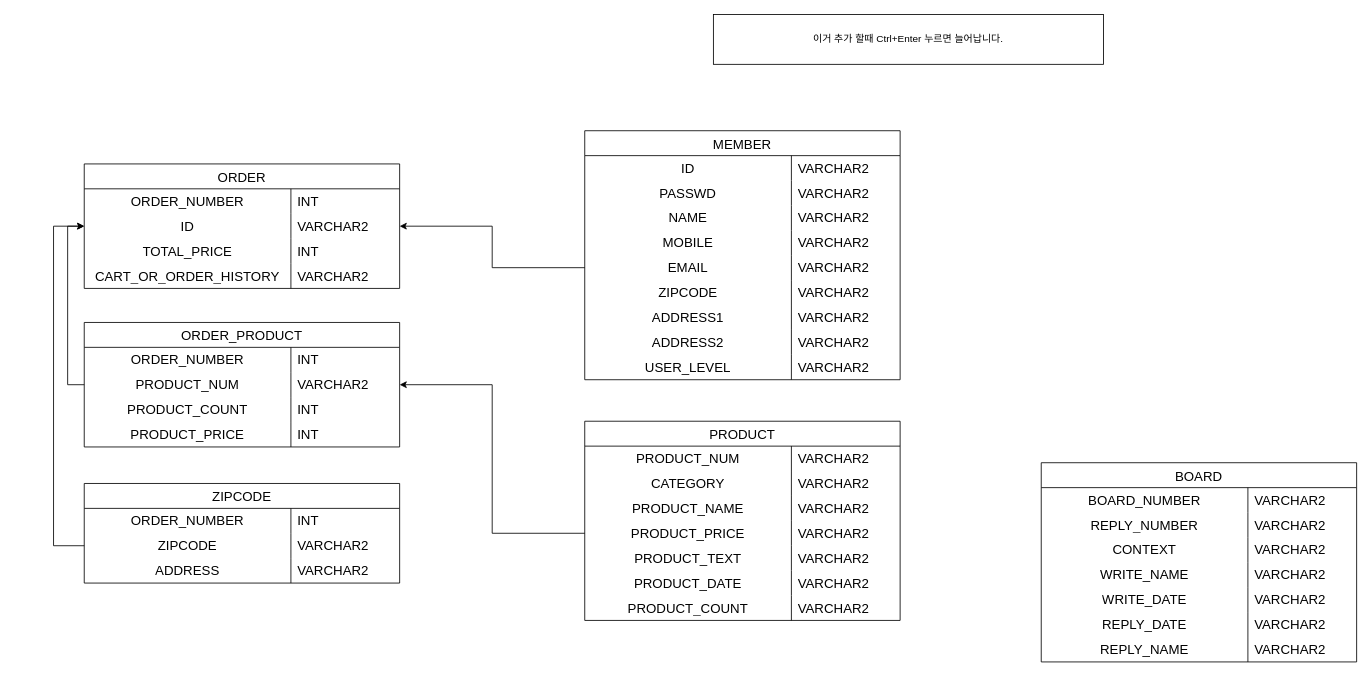
Earlier version of the draw.io diagram 제목 없는 다이어그램.drawio (Rookies13/Senanam). Source tidied: cells renumbered, new cells numbered last; positions are measured from the earlier drawing's top-left corner, leaving out a move shared by most shapes. Both pictures are drawn from the tidied source at 83%, with x=0, y=0 at pixel (53, 14).
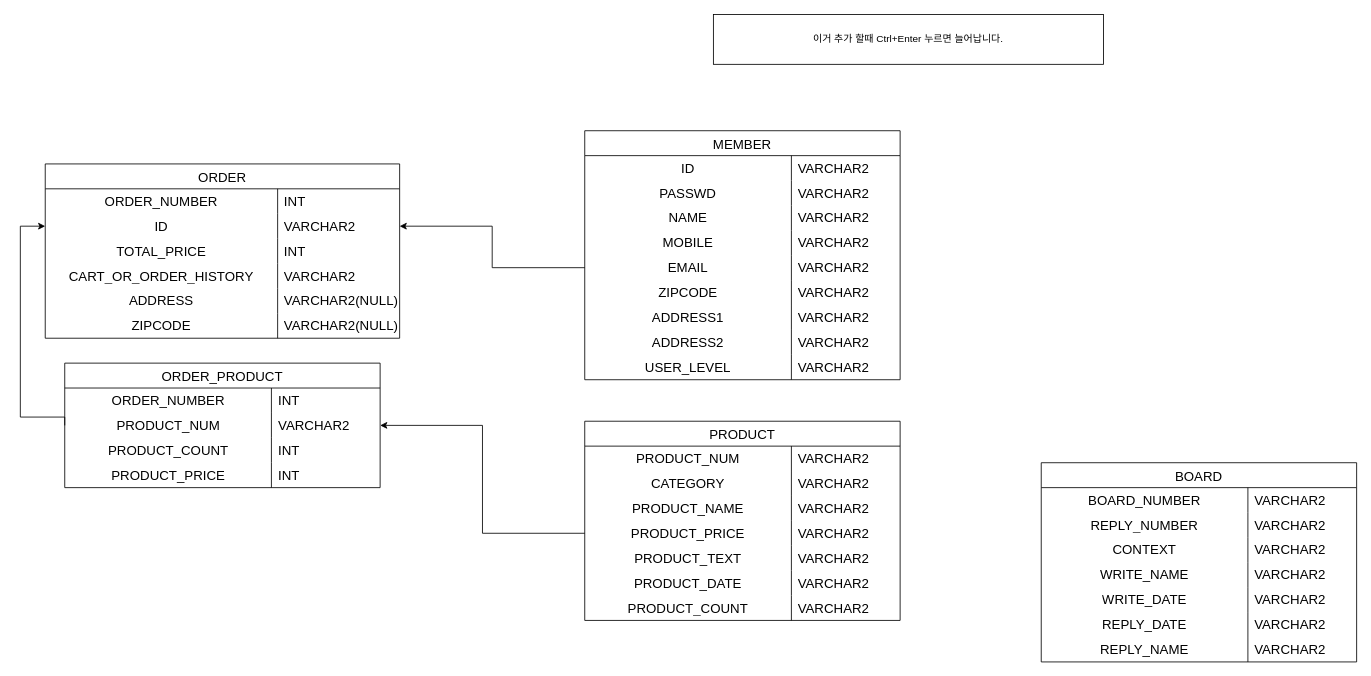
Above is the later version.

Commit message (it also covers changes not shown here):
제목 없는 다이어그램.drawio 업데이트

The change refers to these unchanged cells:
```xml
<mxCell id="102" style="shape=tableRow;horizontal=0;startSize=0;swimlaneHead=0;swimlaneBody=0;top=0;left=0;bottom=0;right=0;fillColor=none;points=[[0,0.5],[1,0.5]];portConstraint=eastwest;strokeColor=inherit;fontSize=16;" parent="98" vertex="1">
  <mxGeometry y="60" width="380" height="30" as="geometry" />
</mxCell>
```

Diff of the diagram source:
```diff
@@
     <mxCell id="75" value="ORDER" style="shape=table;startSize=30;childLayout=tableLayout;rowLines=0;fontStyle=0;strokeColor=default;fontSize=16;" parent="1" vertex="1">
-      <mxGeometry x="37" y="180" width="380" height="150" as="geometry" />
+      <mxGeometry x="-10" y="180" width="427" height="210" as="geometry" />
     </mxCell>
     <mxCell id="76" style="shape=tableRow;horizontal=0;startSize=0;swimlaneHead=0;swimlaneBody=0;top=0;left=0;bottom=0;right=0;fillColor=none;strokeColor=inherit;fontSize=16;" parent="75" vertex="1">
-      <mxGeometry y="30" width="380" height="30" as="geometry" />
+      <mxGeometry y="30" width="427" height="30" as="geometry" />
     </mxCell>
     <mxCell id="77" value="ORDER_NUMBER" style="shape=partialRectangle;html=1;whiteSpace=wrap;fillColor=none;top=0;left=0;bottom=0;right=0;overflow=hidden;strokeColor=inherit;fontSize=16;" parent="76" vertex="1">
-      <mxGeometry width="249" height="30" as="geometry" />
+      <mxGeometry width="280" height="30" as="geometry" />
     </mxCell>
     <mxCell id="78" value="INT" style="shape=partialRectangle;html=1;whiteSpace=wrap;fillColor=none;top=0;left=0;bottom=0;right=0;align=left;spacingLeft=6;overflow=hidden;strokeColor=inherit;fontSize=16;" parent="76" vertex="1">
-      <mxGeometry x="249" width="131" height="30" as="geometry" />
+      <mxGeometry x="280" width="147" height="30" as="geometry" />
     </mxCell>
     <mxCell id="79" style="shape=tableRow;horizontal=0;startSize=0;swimlaneHead=0;swimlaneBody=0;top=0;left=0;bottom=0;right=0;fillColor=none;points=[[0,0.5],[1,0.5]];portConstraint=eastwest;strokeColor=inherit;fontSize=16;" parent="75" vertex="1">
-      <mxGeometry y="60" width="380" height="30" as="geometry" />
+      <mxGeometry y="60" width="427" height="30" as="geometry" />
     </mxCell>
     <mxCell id="80" value="ID" style="shape=partialRectangle;html=1;whiteSpace=wrap;fillColor=none;top=0;left=0;bottom=0;right=0;overflow=hidden;strokeColor=inherit;fontSize=16;" parent="79" vertex="1">
-      <mxGeometry width="249" height="30" as="geometry" />
+      <mxGeometry width="280" height="30" as="geometry" />
     </mxCell>
     <mxCell id="81" value="VARCHAR2" style="shape=partialRectangle;html=1;whiteSpace=wrap;fillColor=none;top=0;left=0;bottom=0;right=0;align=left;spacingLeft=6;overflow=hidden;strokeColor=inherit;fontSize=16;" parent="79" vertex="1">
-      <mxGeometry x="249" width="131" height="30" as="geometry" />
+      <mxGeometry x="280" width="147" height="30" as="geometry" />
     </mxCell>
     <mxCell id="82" style="shape=tableRow;horizontal=0;startSize=0;swimlaneHead=0;swimlaneBody=0;top=0;left=0;bottom=0;right=0;fillColor=none;strokeColor=inherit;fontSize=16;" parent="75" vertex="1">
-      <mxGeometry y="90" width="380" height="30" as="geometry" />
+      <mxGeometry y="90" width="427" height="30" as="geometry" />
     </mxCell>
     <mxCell id="83" value="TOTAL_PRICE" style="shape=partialRectangle;html=1;whiteSpace=wrap;fillColor=none;top=0;left=0;bottom=0;right=0;overflow=hidden;strokeColor=inherit;fontSize=16;" parent="82" vertex="1">
-      <mxGeometry width="249" height="30" as="geometry" />
+      <mxGeometry width="280" height="30" as="geometry" />
     </mxCell>
     <mxCell id="84" value="INT" style="shape=partialRectangle;html=1;whiteSpace=wrap;fillColor=none;top=0;left=0;bottom=0;right=0;align=left;spacingLeft=6;overflow=hidden;strokeColor=inherit;fontSize=16;" parent="82" vertex="1">
-      <mxGeometry x="249" width="131" height="30" as="geometry" />
+      <mxGeometry x="280" width="147" height="30" as="geometry" />
     </mxCell>
     <mxCell id="85" style="shape=tableRow;horizontal=0;startSize=0;swimlaneHead=0;swimlaneBody=0;top=0;left=0;bottom=0;right=0;fillColor=none;strokeColor=inherit;fontSize=16;" parent="75" vertex="1">
-      <mxGeometry y="120" width="380" height="30" as="geometry" />
+      <mxGeometry y="120" width="427" height="30" as="geometry" />
     </mxCell>
     <mxCell id="86" value="CART_OR_ORDER_HISTORY" style="shape=partialRectangle;html=1;whiteSpace=wrap;fillColor=none;top=0;left=0;bottom=0;right=0;overflow=hidden;strokeColor=inherit;fontSize=16;" parent="85" vertex="1">
-      <mxGeometry width="249" height="30" as="geometry" />
+      <mxGeometry width="280" height="30" as="geometry" />
     </mxCell>
     <mxCell id="87" value="VARCHAR2" style="shape=partialRectangle;html=1;whiteSpace=wrap;fillColor=none;top=0;left=0;bottom=0;right=0;align=left;spacingLeft=6;overflow=hidden;strokeColor=inherit;fontSize=16;" parent="85" vertex="1">
-      <mxGeometry x="249" width="131" height="30" as="geometry" />
+      <mxGeometry x="280" width="147" height="30" as="geometry" />
     </mxCell>
-    <mxCell id="88" value="ZIPCODE" style="shape=table;startSize=30;childLayout=tableLayout;rowLines=0;fontStyle=0;strokeColor=default;fontSize=16;" parent="1" vertex="1">
-      <mxGeometry x="37" y="565" width="380" height="120" as="geometry" />
-    </mxCell>
-    <mxCell id="89" style="shape=tableRow;horizontal=0;startSize=0;swimlaneHead=0;swimlaneBody=0;top=0;left=0;bottom=0;right=0;fillColor=none;strokeColor=inherit;fontSize=16;" parent="88" vertex="1">
-      <mxGeometry y="30" width="380" height="30" as="geometry" />
-    </mxCell>
-    <mxCell id="90" value="ORDER_NUMBER" style="shape=partialRectangle;html=1;whiteSpace=wrap;fillColor=none;top=0;left=0;bottom=0;right=0;overflow=hidden;strokeColor=inherit;fontSize=16;" parent="89" vertex="1">
-      <mxGeometry width="249" height="30" as="geometry" />
-    </mxCell>
-    <mxCell id="91" value="INT" style="shape=partialRectangle;html=1;whiteSpace=wrap;fillColor=none;top=0;left=0;bottom=0;right=0;align=left;spacingLeft=6;overflow=hidden;strokeColor=inherit;fontSize=16;" parent="89" vertex="1">
-      <mxGeometry x="249" width="131" height="30" as="geometry" />
-    </mxCell>
+    <mxCell id="95" style="shape=tableRow;horizontal=0;startSize=0;swimlaneHead=0;swimlaneBody=0;top=0;left=0;bottom=0;right=0;fillColor=none;strokeColor=inherit;fontSize=16;" parent="75" vertex="1">
+      <mxGeometry y="150" width="427" height="30" as="geometry" />
+    </mxCell>
+    <mxCell id="96" value="ADDRESS" style="shape=partialRectangle;html=1;whiteSpace=wrap;fillColor=none;top=0;left=0;bottom=0;right=0;overflow=hidden;strokeColor=inherit;fontSize=16;" parent="95" vertex="1">
+      <mxGeometry width="280" height="30" as="geometry" />
+    </mxCell>
+    <mxCell id="97" value="VARCHAR2(NULL)" style="shape=partialRectangle;html=1;whiteSpace=wrap;fillColor=none;top=0;left=0;bottom=0;right=0;align=left;spacingLeft=6;overflow=hidden;strokeColor=inherit;fontSize=16;" parent="95" vertex="1">
+      <mxGeometry x="280" width="147" height="30" as="geometry" />
+    </mxCell>
-    <mxCell id="92" style="shape=tableRow;horizontal=0;startSize=0;swimlaneHead=0;swimlaneBody=0;top=0;left=0;bottom=0;right=0;fillColor=none;points=[[0,0.5],[1,0.5]];portConstraint=eastwest;strokeColor=inherit;fontSize=16;" parent="88" vertex="1">
-      <mxGeometry y="60" width="380" height="30" as="geometry" />
+    <mxCell id="92" style="shape=tableRow;horizontal=0;startSize=0;swimlaneHead=0;swimlaneBody=0;top=0;left=0;bottom=0;right=0;fillColor=none;points=[[0,0.5],[1,0.5]];portConstraint=eastwest;strokeColor=inherit;fontSize=16;" parent="75" vertex="1">
+      <mxGeometry y="180" width="427" height="30" as="geometry" />
     </mxCell>
     <mxCell id="93" value="ZIPCODE" style="shape=partialRectangle;html=1;whiteSpace=wrap;fillColor=none;top=0;left=0;bottom=0;right=0;overflow=hidden;strokeColor=inherit;fontSize=16;" parent="92" vertex="1">
-      <mxGeometry width="249" height="30" as="geometry" />
+      <mxGeometry width="280" height="30" as="geometry" />
     </mxCell>
-    <mxCell id="94" value="VARCHAR2" style="shape=partialRectangle;html=1;whiteSpace=wrap;fillColor=none;top=0;left=0;bottom=0;right=0;align=left;spacingLeft=6;overflow=hidden;strokeColor=inherit;fontSize=16;" parent="92" vertex="1">
-      <mxGeometry x="249" width="131" height="30" as="geometry" />
+    <mxCell id="94" value="VARCHAR2(NULL)" style="shape=partialRectangle;html=1;whiteSpace=wrap;fillColor=none;top=0;left=0;bottom=0;right=0;align=left;spacingLeft=6;overflow=hidden;strokeColor=inherit;fontSize=16;" parent="92" vertex="1">
+      <mxGeometry x="280" width="147" height="30" as="geometry" />
     </mxCell>
-    <mxCell id="95" style="shape=tableRow;horizontal=0;startSize=0;swimlaneHead=0;swimlaneBody=0;top=0;left=0;bottom=0;right=0;fillColor=none;strokeColor=inherit;fontSize=16;" parent="88" vertex="1">
-      <mxGeometry y="90" width="380" height="30" as="geometry" />
-    </mxCell>
-    <mxCell id="96" value="ADDRESS" style="shape=partialRectangle;html=1;whiteSpace=wrap;fillColor=none;top=0;left=0;bottom=0;right=0;overflow=hidden;strokeColor=inherit;fontSize=16;" parent="95" vertex="1">
-      <mxGeometry width="249" height="30" as="geometry" />
-    </mxCell>
-    <mxCell id="97" value="VARCHAR2" style="shape=partialRectangle;html=1;whiteSpace=wrap;fillColor=none;top=0;left=0;bottom=0;right=0;align=left;spacingLeft=6;overflow=hidden;strokeColor=inherit;fontSize=16;" parent="95" vertex="1">
-      <mxGeometry x="249" width="131" height="30" as="geometry" />
-    </mxCell>
     <mxCell id="98" value="ORDER_PRODUCT" style="shape=table;startSize=30;childLayout=tableLayout;rowLines=0;fontStyle=0;strokeColor=default;fontSize=16;" parent="1" vertex="1">
-      <mxGeometry x="37" y="371" width="380" height="150" as="geometry" />
+      <mxGeometry x="13.5" y="420" width="380" height="150" as="geometry" />
     </mxCell>
@@
     <mxCell id="113" style="edgeStyle=orthogonalEdgeStyle;rounded=0;jettySize=auto;html=1;exitX=0;exitY=0.5;exitDx=0;exitDy=0;entryX=0;entryY=0.5;entryDx=0;entryDy=0;" parent="1" edge="1" source="102" target="79">
-      <mxGeometry relative="1" as="geometry" />
+      <mxGeometry relative="1" as="geometry">
+        <Array as="points">
+          <mxPoint x="-40" y="485" />
+          <mxPoint x="-40" y="255" />
+        </Array>
+      </mxGeometry>
     </mxCell>
-    <mxCell id="114" style="edgeStyle=orthogonalEdgeStyle;rounded=0;jettySize=auto;html=1;exitX=0;exitY=0.5;exitDx=0;exitDy=0;entryX=0;entryY=0.5;entryDx=0;entryDy=0;" parent="1" edge="1" source="92" target="79">
-      <mxGeometry relative="1" as="geometry">
-        <Array as="points">
-          <mxPoint y="640" />
-          <mxPoint y="255" />
-        </Array>
-      </mxGeometry>
-    </mxCell>
```
